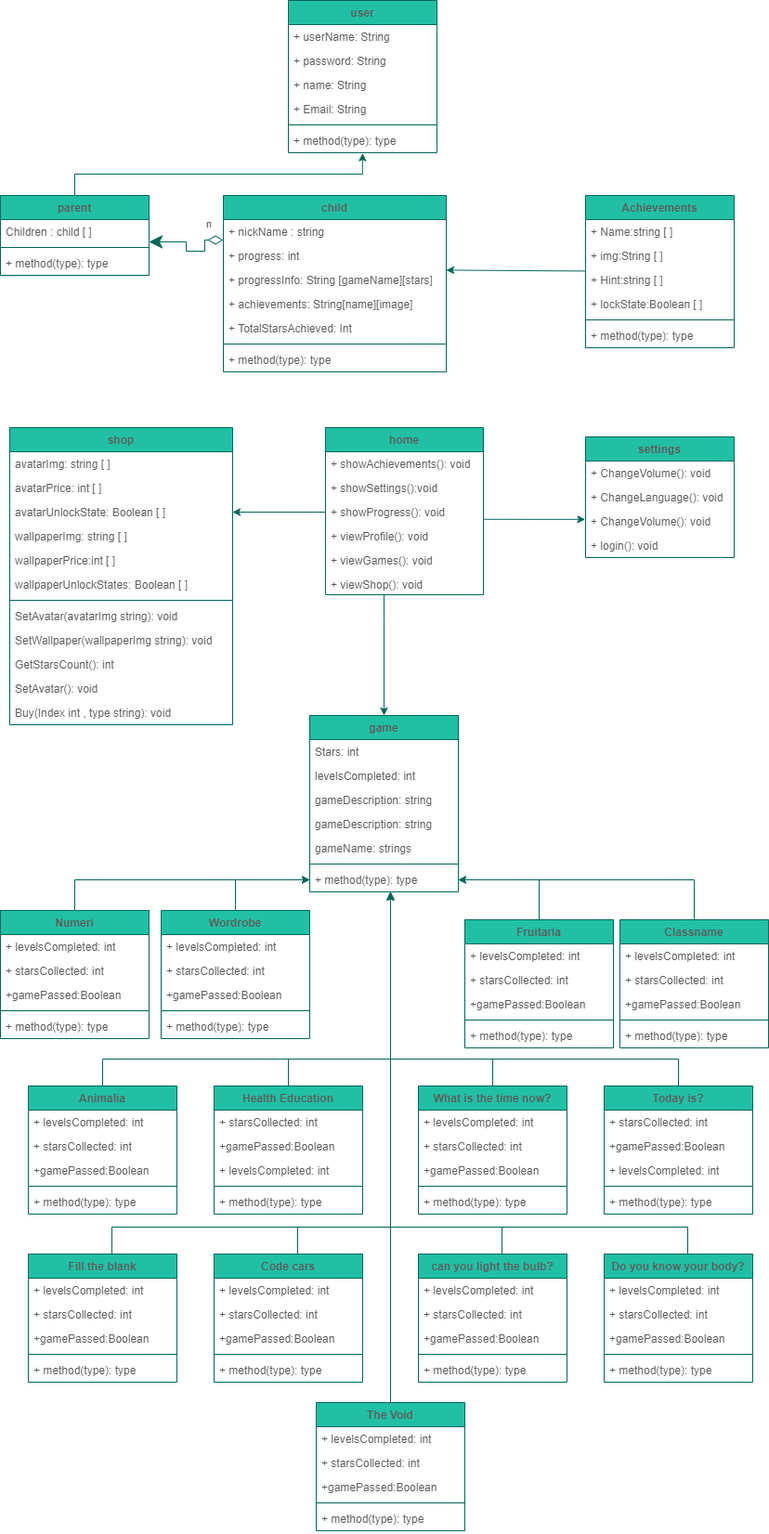
Earlier version of the draw.io export Diagrams/class_diagram.drawio.png (LUDOOS/LUDOSDOCS). Source tidied: cells renumbered, new cells last; positions are measured from the earlier drawing's top-left corner, leaving out a move shared by most shapes.
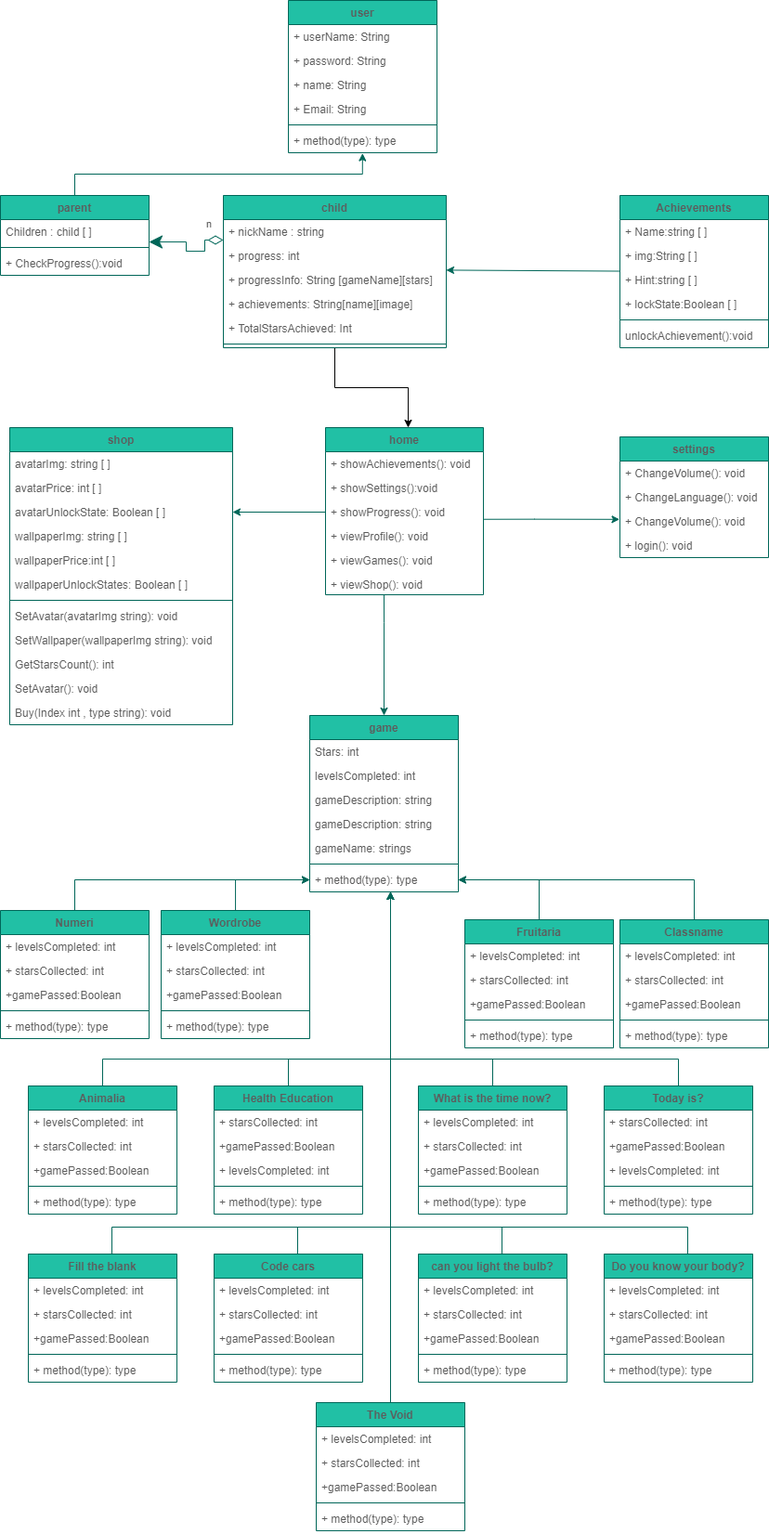
The same diagram one commit later.

Diff of the diagram source:
```diff
@@ -35,7 +35,7 @@
     <mxCell id="12" style="line;strokeWidth=1;fillColor=none;align=left;verticalAlign=middle;spacingTop=-1;spacingLeft=3;spacingRight=3;labelPosition=right;strokeColor=#006658;fontColor=#5C5C5C;" parent="10" vertex="1">
       <mxGeometry y="52" width="160" height="8" as="geometry" />
     </mxCell>
-    <mxCell id="13" value="+ method(type): type" style="text;strokeColor=none;fillColor=none;align=left;verticalAlign=top;spacingLeft=4;spacingRight=4;overflow=hidden;fontColor=#5C5C5C;" parent="10" vertex="1">
+    <mxCell id="13" value="+ CheckProgress():void" style="text;strokeColor=none;fillColor=none;align=left;verticalAlign=top;spacingLeft=4;spacingRight=4;overflow=hidden;fontColor=#5C5C5C;" parent="10" vertex="1">
       <mxGeometry y="60" width="160" height="26" as="geometry" />
     </mxCell>
     <mxCell id="14" value="shop" style="swimlane;fontStyle=1;align=center;verticalAlign=top;horizontal=1;startSize=26;fillColor=#21C0A5;strokeColor=#006658;fontColor=#5C5C5C;" parent="1" vertex="1">
@@ -101,8 +101,13 @@
     <mxCell id="34" value="+ method(type): type" style="text;strokeColor=none;fillColor=none;align=left;verticalAlign=top;spacingLeft=4;spacingRight=4;overflow=hidden;points=[[0,0.5],[1,0.5]];portConstraint=eastwest;fontColor=#5C5C5C;" parent="27" vertex="1">
       <mxGeometry y="164" width="160" height="26" as="geometry" />
     </mxCell>
+    <mxCell id="158" style="edgeStyle=orthogonalEdgeStyle;rounded=0;jettySize=auto;html=1;" parent="1" edge="1" source="35">
+      <mxGeometry relative="1" as="geometry">
+        <mxPoint x="439" y="460" as="targetPoint" />
+      </mxGeometry>
+    </mxCell>
     <mxCell id="35" value="child" style="swimlane;fontStyle=1;align=center;verticalAlign=top;horizontal=1;startSize=26;fillColor=#21C0A5;strokeColor=#006658;fontColor=#5C5C5C;" parent="1" vertex="1">
-      <mxGeometry x="240" y="210" width="240" height="190" as="geometry" />
+      <mxGeometry x="240" y="210" width="240" height="164" as="geometry" />
     </mxCell>
     <mxCell id="36" value="+ nickName : string" style="text;strokeColor=none;fillColor=none;align=left;verticalAlign=top;spacingLeft=4;spacingRight=4;overflow=hidden;points=[[0,0.5],[1,0.5]];portConstraint=eastwest;fontColor=#5C5C5C;" parent="35" vertex="1">
       <mxGeometry y="26" width="240" height="26" as="geometry" />
@@ -122,11 +127,8 @@
     <mxCell id="41" style="line;strokeWidth=1;fillColor=none;align=left;verticalAlign=middle;spacingTop=-1;spacingLeft=3;spacingRight=3;labelPosition=right;strokeColor=#006658;fontColor=#5C5C5C;" parent="35" vertex="1">
       <mxGeometry y="156" width="240" height="8" as="geometry" />
     </mxCell>
-    <mxCell id="42" value="+ method(type): type" style="text;strokeColor=none;fillColor=none;align=left;verticalAlign=top;spacingLeft=4;spacingRight=4;overflow=hidden;fontColor=#5C5C5C;" parent="35" vertex="1">
-      <mxGeometry y="164" width="240" height="26" as="geometry" />
-    </mxCell>
     <mxCell id="43" value="settings" style="swimlane;fontStyle=1;align=center;verticalAlign=top;horizontal=1;startSize=26;fillColor=#21C0A5;strokeColor=#006658;fontColor=#5C5C5C;" parent="1" vertex="1">
-      <mxGeometry x="630" y="470" width="160" height="130" as="geometry" />
+      <mxGeometry x="667" y="470" width="160" height="130" as="geometry" />
     </mxCell>
     <mxCell id="44" value="+ ChangeVolume(): void" style="text;strokeColor=none;fillColor=none;align=left;verticalAlign=top;spacingLeft=4;spacingRight=4;overflow=hidden;fontColor=#5C5C5C;" parent="43" vertex="1">
       <mxGeometry y="26" width="160" height="26" as="geometry" />
@@ -460,7 +462,7 @@
       <mxGeometry relative="1" as="geometry" />
     </mxCell>
     <mxCell id="143" value="Achievements" style="swimlane;fontStyle=1;align=center;verticalAlign=top;horizontal=1;startSize=26;fillColor=#21C0A5;strokeColor=#006658;fontColor=#5C5C5C;" parent="1" vertex="1">
-      <mxGeometry x="630" y="210" width="160" height="164" as="geometry" />
+      <mxGeometry x="667" y="210" width="160" height="164" as="geometry" />
     </mxCell>
     <mxCell id="144" value="+ Name:string [ ]" style="text;strokeColor=none;fillColor=none;align=left;verticalAlign=top;spacingLeft=4;spacingRight=4;overflow=hidden;fontColor=#5C5C5C;" parent="143" vertex="1">
       <mxGeometry y="26" width="160" height="26" as="geometry" />
@@ -477,7 +479,7 @@
     <mxCell id="148" style="line;strokeWidth=1;fillColor=none;align=left;verticalAlign=middle;spacingTop=-1;spacingLeft=3;spacingRight=3;labelPosition=right;strokeColor=#006658;fontColor=#5C5C5C;" parent="143" vertex="1">
       <mxGeometry y="130" width="160" height="8" as="geometry" />
     </mxCell>
-    <mxCell id="149" value="+ method(type): type" style="text;strokeColor=none;fillColor=none;align=left;verticalAlign=top;spacingLeft=4;spacingRight=4;overflow=hidden;fontColor=#5C5C5C;" parent="143" vertex="1">
+    <mxCell id="149" value="unlockAchievement():void" style="text;strokeColor=none;fillColor=none;align=left;verticalAlign=top;spacingLeft=4;spacingRight=4;overflow=hidden;fontColor=#5C5C5C;" parent="143" vertex="1">
       <mxGeometry y="138" width="160" height="26" as="geometry" />
     </mxCell>
     <mxCell id="150" style="edgeStyle=orthogonalEdgeStyle;rounded=0;orthogonalLoop=1;jettySize=auto;html=1;endArrow=none;endFill=0;strokeColor=#006658;fontColor=#5C5C5C;" parent="1" edge="1">
```
